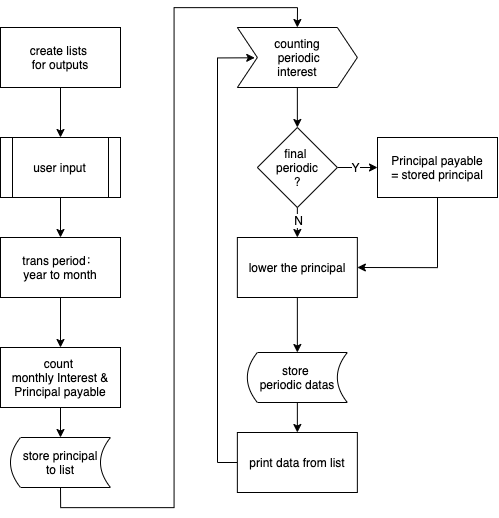
This is images/hw1.png from twdiamdiam/Financial_Engineering, a draw.io export, as it was before one commit. Source tidied: cells renumbered, new cells last; positions are measured from the earlier drawing's top-left corner, leaving out a move shared by most shapes.
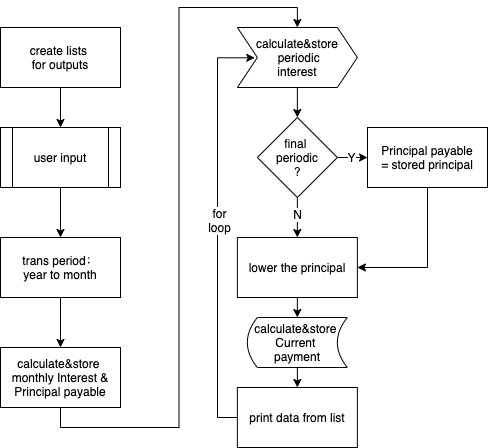
Later version of the same file.

Diff of the diagram source:
```diff
@@ -8,7 +8,7 @@
       </mxGeometry>
     </mxCell>
     <mxCell id="3" value="user input" style="shape=process;whiteSpace=wrap;html=1;backgroundOutline=1;" parent="1" vertex="1">
-      <mxGeometry y="110" width="120" height="60" as="geometry" />
+      <mxGeometry y="100" width="120" height="60" as="geometry" />
     </mxCell>
     <mxCell id="4" style="edgeStyle=orthogonalEdgeStyle;rounded=0;jettySize=auto;html=1;exitX=0.5;exitY=1;exitDx=0;exitDy=0;entryX=0.5;entryY=0;entryDx=0;entryDy=0;" parent="1" edge="1" source="5" target="3">
       <mxGeometry relative="1" as="geometry" />
@@ -22,24 +22,18 @@
     <mxCell id="7" value="trans period：&lt;br&gt;year to month" style="rounded=0;whiteSpace=wrap;html=1;" parent="1" vertex="1">
       <mxGeometry y="210" width="120" height="60" as="geometry" />
     </mxCell>
-    <mxCell id="8" style="edgeStyle=orthogonalEdgeStyle;rounded=0;jettySize=auto;html=1;exitX=0.5;exitY=1;exitDx=0;exitDy=0;entryX=0.5;entryY=0;entryDx=0;entryDy=0;" parent="1" edge="1" source="9" target="13">
-      <mxGeometry relative="1" as="geometry" />
-    </mxCell>
-    <mxCell id="9" value="count &lt;br&gt;monthly Interest &amp;amp;&lt;br&gt;Principal payable" style="rounded=0;whiteSpace=wrap;html=1;" parent="1" vertex="1">
+    <mxCell id="9" value="calculate&amp;amp;store&amp;nbsp;&lt;br&gt;monthly Interest &amp;amp;&lt;br&gt;Principal payable" style="rounded=0;whiteSpace=wrap;html=1;" parent="1" vertex="1">
       <mxGeometry y="320" width="120" height="60" as="geometry" />
     </mxCell>
     <mxCell id="10" style="edgeStyle=orthogonalEdgeStyle;rounded=0;jettySize=auto;html=1;exitX=0.5;exitY=1;exitDx=0;exitDy=0;entryX=0.5;entryY=0;entryDx=0;entryDy=0;" parent="1" edge="1" source="11" target="22">
       <mxGeometry relative="1" as="geometry" />
     </mxCell>
-    <mxCell id="11" value="counting&lt;br&gt;&amp;nbsp;periodic&lt;br&gt;interest" style="shape=step;perimeter=stepPerimeter;whiteSpace=wrap;html=1;fixedSize=1;" parent="1" vertex="1">
+    <mxCell id="11" value="calculate&amp;amp;store&lt;br&gt;&amp;nbsp;periodic&lt;br&gt;interest" style="shape=step;perimeter=stepPerimeter;whiteSpace=wrap;html=1;fixedSize=1;" parent="1" vertex="1">
       <mxGeometry x="236.9" width="120" height="60" as="geometry" />
     </mxCell>
-    <mxCell id="12" style="edgeStyle=orthogonalEdgeStyle;rounded=0;jettySize=auto;html=1;exitX=0.5;exitY=1;exitDx=0;exitDy=0;entryX=0.5;entryY=0;entryDx=0;entryDy=0;" parent="1" edge="1" source="13" target="11">
+    <mxCell id="12" style="edgeStyle=orthogonalEdgeStyle;rounded=0;jettySize=auto;html=1;exitX=0.5;exitY=1;exitDx=0;exitDy=0;entryX=0.5;entryY=0;entryDx=0;entryDy=0;" parent="1" edge="1" source="9" target="11">
       <mxGeometry relative="1" as="geometry" />
     </mxCell>
-    <mxCell id="13" value="store principal&lt;br&gt;to list" style="shape=dataStorage;whiteSpace=wrap;html=1;" parent="1" vertex="1">
-      <mxGeometry x="10" y="410" width="100" height="50" as="geometry" />
-    </mxCell>
     <mxCell id="14" style="edgeStyle=orthogonalEdgeStyle;rounded=0;jettySize=auto;html=1;exitX=0.5;exitY=1;exitDx=0;exitDy=0;entryX=0.5;entryY=0;entryDx=0;entryDy=0;" parent="1" edge="1" source="15" target="17">
       <mxGeometry relative="1" as="geometry" />
     </mxCell>
@@ -49,8 +43,8 @@
     <mxCell id="16" style="edgeStyle=orthogonalEdgeStyle;rounded=0;jettySize=auto;html=1;exitX=0.5;exitY=1;exitDx=0;exitDy=0;entryX=0.5;entryY=0;entryDx=0;entryDy=0;" parent="1" edge="1" source="17" target="24">
       <mxGeometry relative="1" as="geometry" />
     </mxCell>
-    <mxCell id="17" value="store &lt;br&gt;periodic datas" style="shape=dataStorage;whiteSpace=wrap;html=1;" parent="1" vertex="1">
-      <mxGeometry x="246.9" y="325" width="100" height="50" as="geometry" />
+    <mxCell id="17" value="calculate&amp;amp;store &lt;br&gt;Current &lt;br&gt;payment" style="shape=dataStorage;whiteSpace=wrap;html=1;" parent="1" vertex="1">
+      <mxGeometry x="246.9" y="290" width="100" height="50" as="geometry" />
     </mxCell>
     <mxCell id="18" style="edgeStyle=orthogonalEdgeStyle;rounded=0;jettySize=auto;html=1;exitX=1;exitY=0.5;exitDx=0;exitDy=0;entryX=0;entryY=0.5;entryDx=0;entryDy=0;" parent="1" edge="1" source="22" target="26">
       <mxGeometry relative="1" as="geometry" />
@@ -65,24 +59,27 @@
       <mxGeometry x="-0.22" relative="1" as="geometry" />
     </mxCell>
     <mxCell id="22" value="final &lt;br&gt;periodic&lt;br&gt;?" style="rhombus;whiteSpace=wrap;html=1;" parent="1" vertex="1">
-      <mxGeometry x="256.9" y="100" width="80" height="80" as="geometry" />
+      <mxGeometry x="256.9" y="90" width="80" height="80" as="geometry" />
     </mxCell>
     <mxCell id="23" style="edgeStyle=orthogonalEdgeStyle;rounded=0;jettySize=auto;html=1;exitX=0;exitY=0.5;exitDx=0;exitDy=0;entryX=0.145;entryY=0.505;entryDx=0;entryDy=0;entryPerimeter=0;" parent="1" edge="1" source="24" target="11">
       <mxGeometry relative="1" as="geometry">
         <Array as="points">
-          <mxPoint x="217" y="435" />
+          <mxPoint x="217" y="390" />
           <mxPoint x="217" y="30" />
         </Array>
       </mxGeometry>
     </mxCell>
+    <mxCell id="27" value="for&lt;br&gt;loop" style="text;html=1;align=center;verticalAlign=middle;labelBackgroundColor=#ffffff;" parent="23" vertex="1">
+      <mxGeometry x="0.04" y="-1" relative="1" as="geometry" />
+    </mxCell>
     <mxCell id="24" value="print data from list" style="rounded=0;whiteSpace=wrap;html=1;" parent="1" vertex="1">
-      <mxGeometry x="236.9" y="405" width="120" height="60" as="geometry" />
+      <mxGeometry x="236.9" y="360" width="120" height="60" as="geometry" />
     </mxCell>
     <mxCell id="25" style="edgeStyle=orthogonalEdgeStyle;rounded=0;jettySize=auto;html=1;exitX=0.5;exitY=1;exitDx=0;exitDy=0;entryX=1;entryY=0.5;entryDx=0;entryDy=0;" parent="1" edge="1" source="26" target="15">
       <mxGeometry relative="1" as="geometry" />
     </mxCell>
     <mxCell id="26" value="Principal payable&lt;br&gt;= stored principal" style="rounded=0;whiteSpace=wrap;html=1;" parent="1" vertex="1">
-      <mxGeometry x="377" y="110" width="120" height="60" as="geometry" />
+      <mxGeometry x="367" y="100" width="120" height="60" as="geometry" />
     </mxCell>
   </root>
 </mxGraphModel>
```
